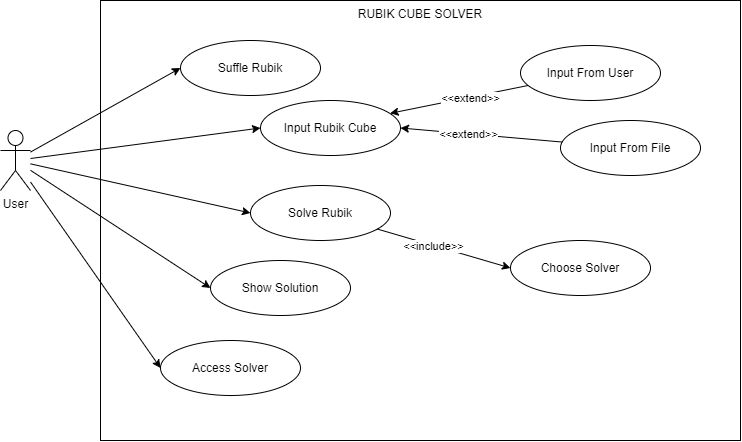
Above: uml/usecase.drawio.png in dtruong46me/rubik-cube-solver (draw.io), before the change. Source tidied: cells renumbered, new cells last; positions are measured from the earlier drawing's top-left corner, leaving out a move shared by most shapes. Source of this version:
```xml
<mxGraphModel>
  <root>
    <mxCell id="0" />
    <mxCell id="1" parent="0" />
    <mxCell id="2" style="edgeStyle=none;html=1;entryX=0;entryY=0.5;entryDx=0;entryDy=0;" parent="1" edge="1" source="7" target="10">
      <mxGeometry relative="1" as="geometry" />
    </mxCell>
    <mxCell id="3" style="edgeStyle=none;html=1;entryX=0;entryY=0.5;entryDx=0;entryDy=0;" parent="1" edge="1" source="7" target="9">
      <mxGeometry relative="1" as="geometry" />
    </mxCell>
    <mxCell id="4" style="edgeStyle=none;html=1;entryX=0;entryY=0.5;entryDx=0;entryDy=0;" parent="1" edge="1" source="7" target="13">
      <mxGeometry relative="1" as="geometry" />
    </mxCell>
    <mxCell id="5" style="edgeStyle=none;html=1;entryX=0;entryY=0.5;entryDx=0;entryDy=0;" parent="1" edge="1" source="7" target="15">
      <mxGeometry relative="1" as="geometry" />
    </mxCell>
    <mxCell id="6" style="edgeStyle=none;html=1;entryX=0;entryY=0.5;entryDx=0;entryDy=0;" parent="1" edge="1" source="7" target="16">
      <mxGeometry relative="1" as="geometry" />
    </mxCell>
    <mxCell id="7" value="User" style="shape=umlActor;verticalLabelPosition=bottom;verticalAlign=top;html=1;fillColor=none;" parent="1" vertex="1">
      <mxGeometry y="130" width="30" height="60" as="geometry" />
    </mxCell>
    <mxCell id="8" value="RUBIK CUBE SOLVER" style="whiteSpace=wrap;html=1;verticalAlign=top;fillColor=none;" parent="1" vertex="1">
      <mxGeometry x="100" width="640" height="440" as="geometry" />
    </mxCell>
    <mxCell id="9" value="Input Rubik Cube" style="ellipse;whiteSpace=wrap;html=1;fillColor=none;" parent="1" vertex="1">
      <mxGeometry x="260" y="100" width="140" height="55" as="geometry" />
    </mxCell>
    <mxCell id="10" value="Suffle Rubik" style="ellipse;whiteSpace=wrap;html=1;fillColor=none;" parent="1" vertex="1">
      <mxGeometry x="180" y="40" width="140" height="55" as="geometry" />
    </mxCell>
    <mxCell id="11" style="edgeStyle=none;html=1;entryX=0;entryY=0.5;entryDx=0;entryDy=0;" parent="1" edge="1" source="13" target="14">
      <mxGeometry relative="1" as="geometry" />
    </mxCell>
    <mxCell id="12" value="&amp;lt;&amp;lt;include&amp;gt;&amp;gt;" style="edgeLabel;html=1;align=center;verticalAlign=middle;" parent="11" vertex="1">
      <mxGeometry x="-0.17" relative="1" as="geometry" />
    </mxCell>
    <mxCell id="13" value="Solve Rubik" style="ellipse;whiteSpace=wrap;html=1;fillColor=none;" parent="1" vertex="1">
      <mxGeometry x="250" y="185" width="140" height="55" as="geometry" />
    </mxCell>
    <mxCell id="14" value="Choose Solver" style="ellipse;whiteSpace=wrap;html=1;fillColor=none;" parent="1" vertex="1">
      <mxGeometry x="510" y="240" width="140" height="55" as="geometry" />
    </mxCell>
    <mxCell id="15" value="Show Solution" style="ellipse;whiteSpace=wrap;html=1;fillColor=none;" parent="1" vertex="1">
      <mxGeometry x="210" y="260" width="140" height="55" as="geometry" />
    </mxCell>
    <mxCell id="16" value="Access Solver" style="ellipse;whiteSpace=wrap;html=1;fillColor=none;" parent="1" vertex="1">
      <mxGeometry x="160" y="340" width="140" height="55" as="geometry" />
    </mxCell>
    <mxCell id="17" style="edgeStyle=none;html=1;entryX=0.926;entryY=0.233;entryDx=0;entryDy=0;entryPerimeter=0;" parent="1" edge="1" source="19" target="9">
      <mxGeometry relative="1" as="geometry" />
    </mxCell>
    <mxCell id="18" value="&amp;lt;&amp;lt;extend&amp;gt;&amp;gt;" style="edgeLabel;html=1;align=center;verticalAlign=middle;points=[];" parent="17" vertex="1">
      <mxGeometry x="-0.16" relative="1" as="geometry" />
    </mxCell>
    <mxCell id="19" value="Input From User" style="ellipse;whiteSpace=wrap;html=1;fillColor=none;" parent="1" vertex="1">
      <mxGeometry x="520" y="45" width="140" height="55" as="geometry" />
    </mxCell>
    <mxCell id="20" style="edgeStyle=none;html=1;entryX=1;entryY=0.5;entryDx=0;entryDy=0;" parent="1" edge="1" source="22" target="9">
      <mxGeometry relative="1" as="geometry" />
    </mxCell>
    <mxCell id="21" value="&amp;lt;&amp;lt;extend&amp;gt;&amp;gt;" style="edgeLabel;html=1;align=center;verticalAlign=middle;" parent="20" vertex="1">
      <mxGeometry x="0.17" relative="1" as="geometry" />
    </mxCell>
    <mxCell id="22" value="Input From File" style="ellipse;whiteSpace=wrap;html=1;fillColor=none;" parent="1" vertex="1">
      <mxGeometry x="560" y="120" width="140" height="55" as="geometry" />
    </mxCell>
  </root>
</mxGraphModel>
```
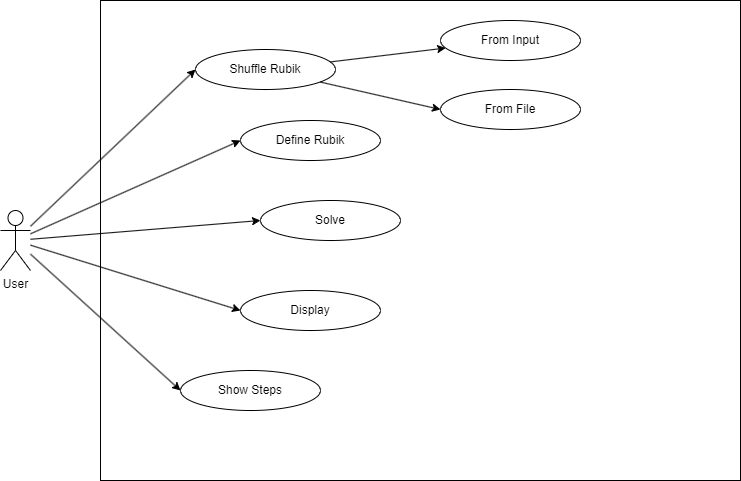
After the change.

Diff of the diagram source:
```diff
@@ -2,68 +2,53 @@
   <root>
     <mxCell id="0" />
     <mxCell id="1" parent="0" />
-    <mxCell id="2" style="edgeStyle=none;html=1;entryX=0;entryY=0.5;entryDx=0;entryDy=0;" parent="1" edge="1" source="7" target="10">
-      <mxGeometry relative="1" as="geometry" />
-    </mxCell>
-    <mxCell id="3" style="edgeStyle=none;html=1;entryX=0;entryY=0.5;entryDx=0;entryDy=0;" parent="1" edge="1" source="7" target="9">
-      <mxGeometry relative="1" as="geometry" />
-    </mxCell>
-    <mxCell id="4" style="edgeStyle=none;html=1;entryX=0;entryY=0.5;entryDx=0;entryDy=0;" parent="1" edge="1" source="7" target="13">
-      <mxGeometry relative="1" as="geometry" />
-    </mxCell>
-    <mxCell id="5" style="edgeStyle=none;html=1;entryX=0;entryY=0.5;entryDx=0;entryDy=0;" parent="1" edge="1" source="7" target="15">
-      <mxGeometry relative="1" as="geometry" />
-    </mxCell>
-    <mxCell id="6" style="edgeStyle=none;html=1;entryX=0;entryY=0.5;entryDx=0;entryDy=0;" parent="1" edge="1" source="7" target="16">
-      <mxGeometry relative="1" as="geometry" />
-    </mxCell>
-    <mxCell id="7" value="User" style="shape=umlActor;verticalLabelPosition=bottom;verticalAlign=top;html=1;fillColor=none;" parent="1" vertex="1">
-      <mxGeometry y="130" width="30" height="60" as="geometry" />
-    </mxCell>
-    <mxCell id="8" value="RUBIK CUBE SOLVER" style="whiteSpace=wrap;html=1;verticalAlign=top;fillColor=none;" parent="1" vertex="1">
-      <mxGeometry x="100" width="640" height="440" as="geometry" />
-    </mxCell>
-    <mxCell id="9" value="Input Rubik Cube" style="ellipse;whiteSpace=wrap;html=1;fillColor=none;" parent="1" vertex="1">
-      <mxGeometry x="260" y="100" width="140" height="55" as="geometry" />
-    </mxCell>
-    <mxCell id="10" value="Suffle Rubik" style="ellipse;whiteSpace=wrap;html=1;fillColor=none;" parent="1" vertex="1">
-      <mxGeometry x="180" y="40" width="140" height="55" as="geometry" />
-    </mxCell>
-    <mxCell id="11" style="edgeStyle=none;html=1;entryX=0;entryY=0.5;entryDx=0;entryDy=0;" parent="1" edge="1" source="13" target="14">
-      <mxGeometry relative="1" as="geometry" />
-    </mxCell>
-    <mxCell id="12" value="&amp;lt;&amp;lt;include&amp;gt;&amp;gt;" style="edgeLabel;html=1;align=center;verticalAlign=middle;" parent="11" vertex="1">
-      <mxGeometry x="-0.17" relative="1" as="geometry" />
-    </mxCell>
-    <mxCell id="13" value="Solve Rubik" style="ellipse;whiteSpace=wrap;html=1;fillColor=none;" parent="1" vertex="1">
-      <mxGeometry x="250" y="185" width="140" height="55" as="geometry" />
-    </mxCell>
-    <mxCell id="14" value="Choose Solver" style="ellipse;whiteSpace=wrap;html=1;fillColor=none;" parent="1" vertex="1">
-      <mxGeometry x="510" y="240" width="140" height="55" as="geometry" />
-    </mxCell>
-    <mxCell id="15" value="Show Solution" style="ellipse;whiteSpace=wrap;html=1;fillColor=none;" parent="1" vertex="1">
-      <mxGeometry x="210" y="260" width="140" height="55" as="geometry" />
-    </mxCell>
-    <mxCell id="16" value="Access Solver" style="ellipse;whiteSpace=wrap;html=1;fillColor=none;" parent="1" vertex="1">
-      <mxGeometry x="160" y="340" width="140" height="55" as="geometry" />
-    </mxCell>
-    <mxCell id="17" style="edgeStyle=none;html=1;entryX=0.926;entryY=0.233;entryDx=0;entryDy=0;entryPerimeter=0;" parent="1" edge="1" source="19" target="9">
-      <mxGeometry relative="1" as="geometry" />
-    </mxCell>
+    <mxCell id="23" style="edgeStyle=none;html=1;entryX=0;entryY=0.5;entryDx=0;entryDy=0;" parent="1" edge="1" source="18" target="31">
+      <mxGeometry relative="1" as="geometry" />
+    </mxCell>
+    <mxCell id="24" style="edgeStyle=none;html=1;entryX=0;entryY=0.5;entryDx=0;entryDy=0;" parent="1" edge="1" source="18" target="32">
+      <mxGeometry relative="1" as="geometry" />
+    </mxCell>
+    <mxCell id="25" style="edgeStyle=none;html=1;entryX=0;entryY=0.5;entryDx=0;entryDy=0;" parent="1" edge="1" source="18" target="33">
+      <mxGeometry relative="1" as="geometry" />
+    </mxCell>
+    <mxCell id="26" style="edgeStyle=none;html=1;entryX=0;entryY=0.5;entryDx=0;entryDy=0;" parent="1" edge="1" source="18" target="34">
+      <mxGeometry relative="1" as="geometry" />
+    </mxCell>
+    <mxCell id="27" style="edgeStyle=none;html=1;entryX=0;entryY=0.5;entryDx=0;entryDy=0;" parent="1" edge="1" source="18" target="35">
+      <mxGeometry relative="1" as="geometry" />
+    </mxCell>
-    <mxCell id="18" value="&amp;lt;&amp;lt;extend&amp;gt;&amp;gt;" style="edgeLabel;html=1;align=center;verticalAlign=middle;points=[];" parent="17" vertex="1">
-      <mxGeometry x="-0.16" relative="1" as="geometry" />
+    <mxCell id="18" value="User" style="shape=umlActor;verticalLabelPosition=bottom;verticalAlign=top;html=1;outlineConnect=0;" parent="1" vertex="1">
+      <mxGeometry x="-5" y="310" width="30" height="60" as="geometry" />
     </mxCell>
-    <mxCell id="19" value="Input From User" style="ellipse;whiteSpace=wrap;html=1;fillColor=none;" parent="1" vertex="1">
-      <mxGeometry x="520" y="45" width="140" height="55" as="geometry" />
-    </mxCell>
-    <mxCell id="20" style="edgeStyle=none;html=1;entryX=1;entryY=0.5;entryDx=0;entryDy=0;" parent="1" edge="1" source="22" target="9">
-      <mxGeometry relative="1" as="geometry" />
-    </mxCell>
-    <mxCell id="21" value="&amp;lt;&amp;lt;extend&amp;gt;&amp;gt;" style="edgeLabel;html=1;align=center;verticalAlign=middle;" parent="20" vertex="1">
-      <mxGeometry x="0.17" relative="1" as="geometry" />
-    </mxCell>
-    <mxCell id="22" value="Input From File" style="ellipse;whiteSpace=wrap;html=1;fillColor=none;" parent="1" vertex="1">
-      <mxGeometry x="560" y="120" width="140" height="55" as="geometry" />
-    </mxCell>
+    <mxCell id="28" style="whiteSpace=wrap;html=1;verticalAlign=top;fillColor=none;" parent="1" vertex="1">
+      <mxGeometry x="95" y="100" width="640" height="480" as="geometry" />
+    </mxCell>
+    <mxCell id="29" style="edgeStyle=none;html=1;" parent="1" edge="1" source="31" target="36">
+      <mxGeometry relative="1" as="geometry" />
+    </mxCell>
+    <mxCell id="30" style="edgeStyle=none;html=1;entryX=0;entryY=0.5;entryDx=0;entryDy=0;" parent="1" edge="1" source="31" target="37">
+      <mxGeometry relative="1" as="geometry" />
+    </mxCell>
+    <mxCell id="31" value="Shuffle Rubik" style="ellipse;whiteSpace=wrap;html=1;labelBackgroundColor=none;fillColor=none;" parent="1" vertex="1">
+      <mxGeometry x="190" y="149" width="140" height="40" as="geometry" />
+    </mxCell>
+    <mxCell id="32" value="Define Rubik" style="ellipse;whiteSpace=wrap;html=1;labelBackgroundColor=none;fillColor=none;" parent="1" vertex="1">
+      <mxGeometry x="235" y="220" width="140" height="40" as="geometry" />
+    </mxCell>
+    <mxCell id="33" value="Solve" style="ellipse;whiteSpace=wrap;html=1;labelBackgroundColor=none;fillColor=none;" parent="1" vertex="1">
+      <mxGeometry x="255" y="300" width="140" height="40" as="geometry" />
+    </mxCell>
+    <mxCell id="34" value="Display" style="ellipse;whiteSpace=wrap;html=1;labelBackgroundColor=none;fillColor=none;" parent="1" vertex="1">
+      <mxGeometry x="235" y="390" width="140" height="40" as="geometry" />
+    </mxCell>
+    <mxCell id="35" value="Show Steps" style="ellipse;whiteSpace=wrap;html=1;labelBackgroundColor=none;fillColor=none;" parent="1" vertex="1">
+      <mxGeometry x="175" y="470" width="140" height="40" as="geometry" />
+    </mxCell>
+    <mxCell id="36" value="From Input" style="ellipse;whiteSpace=wrap;html=1;labelBackgroundColor=none;fillColor=none;" parent="1" vertex="1">
+      <mxGeometry x="435" y="120" width="140" height="40" as="geometry" />
+    </mxCell>
+    <mxCell id="37" value="From File" style="ellipse;whiteSpace=wrap;html=1;labelBackgroundColor=none;fillColor=none;" parent="1" vertex="1">
+      <mxGeometry x="435" y="189" width="140" height="40" as="geometry" />
+    </mxCell>
   </root>
 </mxGraphModel>
```
